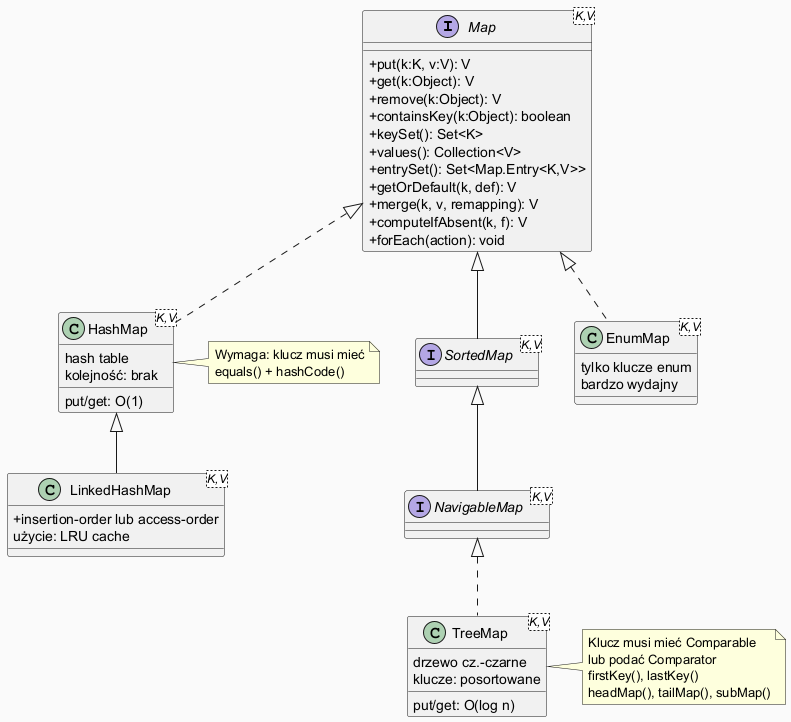
The PlantUML diagram 02_OOP/src/_05_kolekcje/_06_mapy/diagrams/map_hierarchy.png in tborzyszkowski/oop-concepts-java, before a commit.
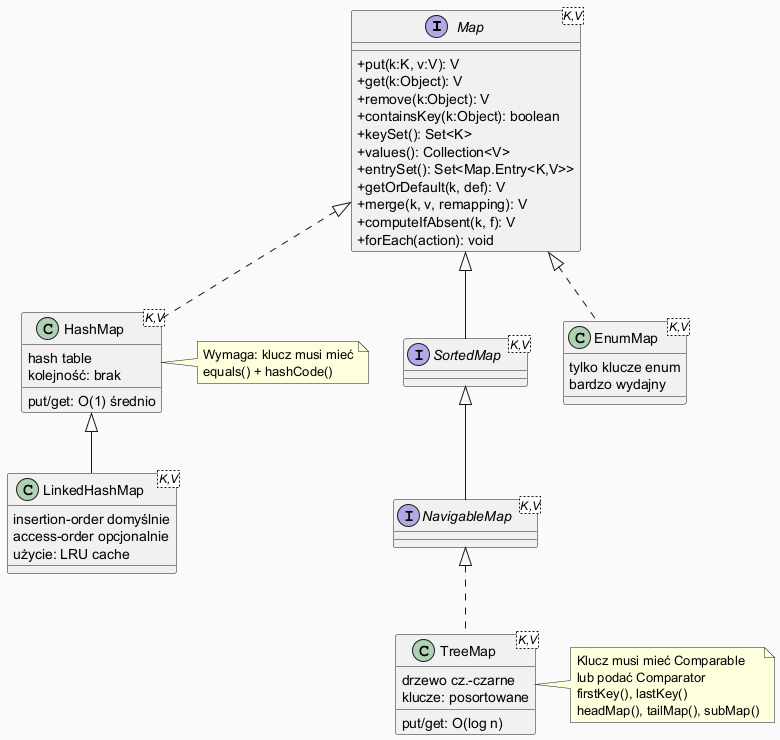
The same diagram one commit later.

What changed in the source:
```diff
@@ -21,11 +21,12 @@
 
 class HashMap<K,V> implements Map {
   hash table
-  put/get: O(1)
+  put/get: O(1) średnio
   kolejność: brak
 }
 class LinkedHashMap<K,V> extends HashMap {
-  + insertion-order lub access-order
+  insertion-order domyślnie
+  access-order opcjonalnie
   użycie: LRU cache
 }
 class TreeMap<K,V> implements NavigableMap {
```
